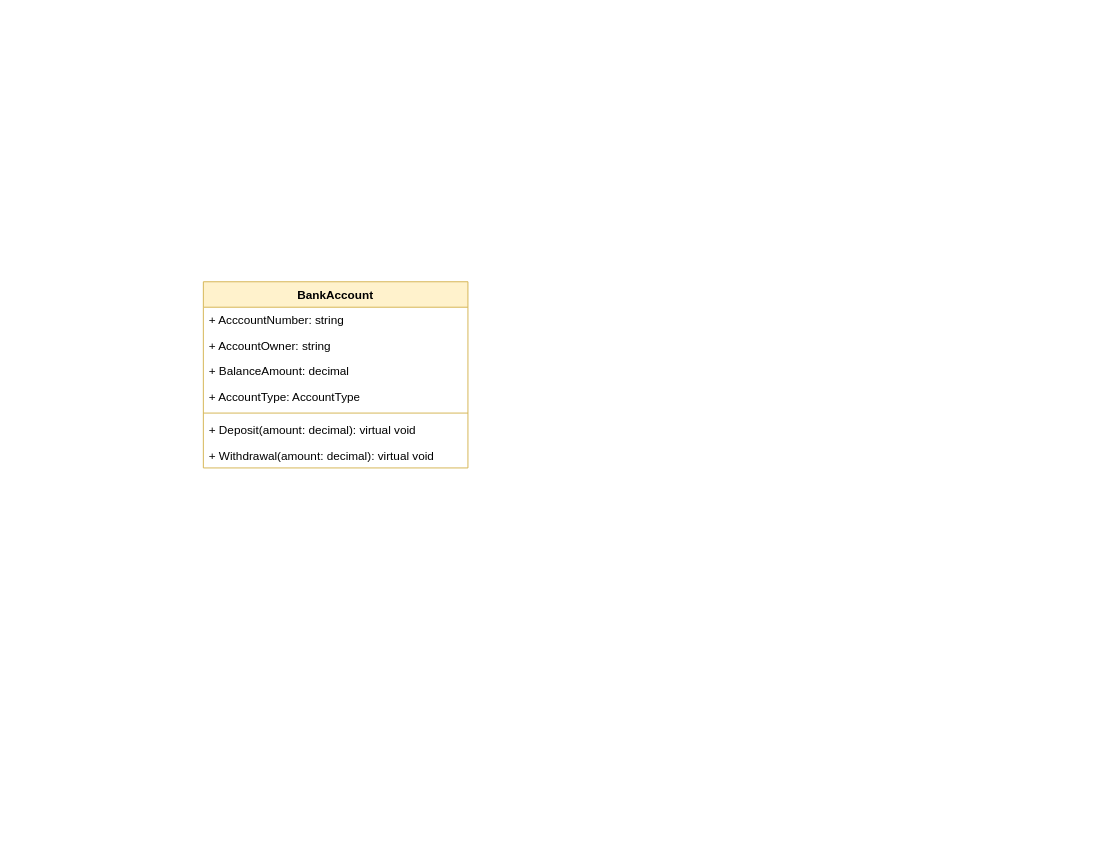
The draw.io diagram Exams/Exam-02/Images/Diagram.drawio in Jucer74/BackDevelopment, before the edit. Source tidied: cells renumbered, new cells numbered last; positions are measured from the earlier drawing's top-left corner, leaving out a move shared by most shapes. Both pictures are drawn from the tidied source at 98%, with x=0, y=0 at pixel (203, 281).
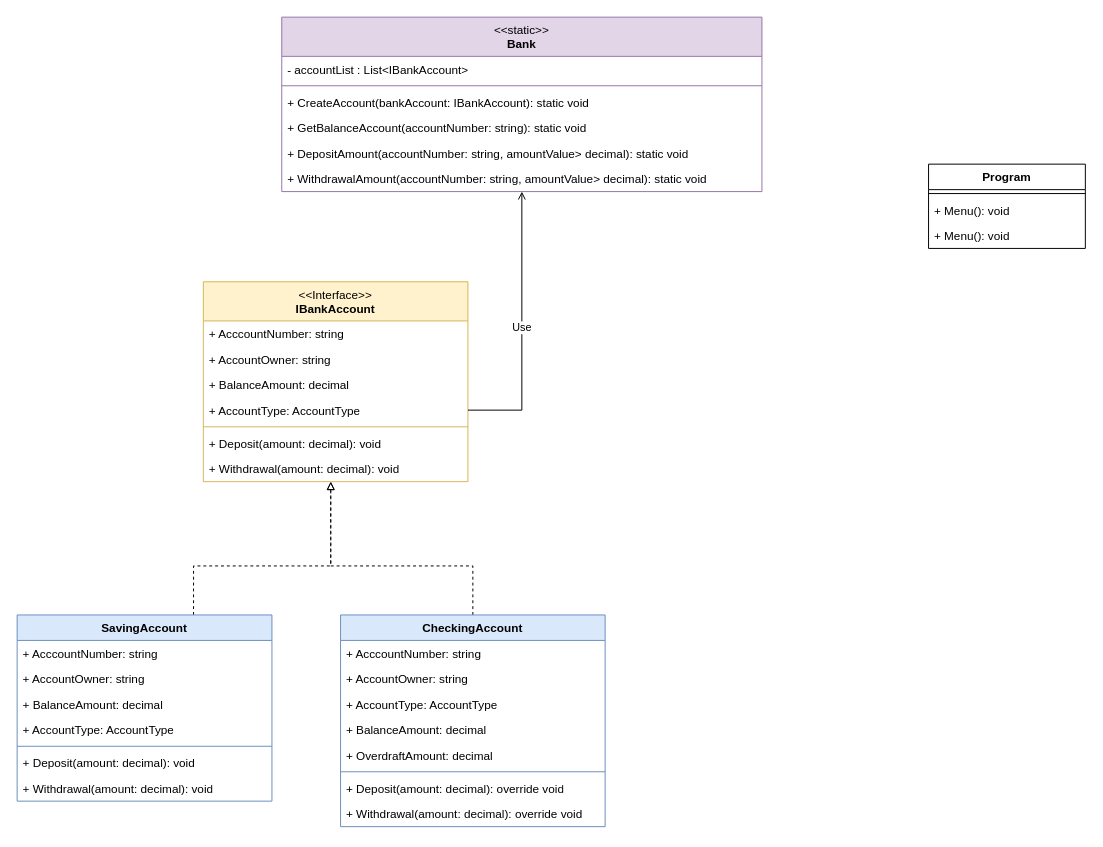
The same page after the edit.

Diff of the diagram source:
```diff
@@
-    <mxCell id="2" value="BankAccount" style="swimlane;fontStyle=1;align=center;verticalAlign=top;horizontal=1;startSize=26;whiteSpace=wrap;html=1;fillColor=#fff2cc;strokeColor=#d6b656;" parent="1" vertex="1">
-      <mxGeometry width="270" height="190" as="geometry" />
+    <mxCell id="2" value="&lt;span style=&quot;font-weight: normal;&quot;&gt;&amp;lt;&amp;lt;Interface&amp;gt;&amp;gt;&lt;/span&gt;&lt;br&gt;IBankAccount" style="swimlane;fontStyle=1;align=center;verticalAlign=top;horizontal=1;startSize=40;whiteSpace=wrap;html=1;fillColor=#fff2cc;strokeColor=#d6b656;" parent="1" vertex="1">
+      <mxGeometry width="270" height="204" as="geometry" />
     </mxCell>
     <mxCell id="3" value="+ AcccountNumber: string" style="text;strokeColor=none;fillColor=none;align=left;verticalAlign=top;spacingLeft=4;spacingRight=4;overflow=hidden;whiteSpace=wrap;html=1;" parent="2" vertex="1">
-      <mxGeometry y="26" width="270" height="26" as="geometry" />
+      <mxGeometry y="40" width="270" height="26" as="geometry" />
     </mxCell>
     <mxCell id="4" value="+ AccountOwner: string" style="text;strokeColor=none;fillColor=none;align=left;verticalAlign=top;spacingLeft=4;spacingRight=4;overflow=hidden;whiteSpace=wrap;html=1;" parent="2" vertex="1">
-      <mxGeometry y="52" width="270" height="26" as="geometry" />
+      <mxGeometry y="66" width="270" height="26" as="geometry" />
     </mxCell>
     <mxCell id="5" value="+ BalanceAmount: decimal" style="text;strokeColor=none;fillColor=none;align=left;verticalAlign=top;spacingLeft=4;spacingRight=4;overflow=hidden;whiteSpace=wrap;html=1;" parent="2" vertex="1">
-      <mxGeometry y="78" width="270" height="26" as="geometry" />
+      <mxGeometry y="92" width="270" height="26" as="geometry" />
     </mxCell>
     <mxCell id="6" value="+ AccountType: AccountType" style="text;strokeColor=none;fillColor=none;align=left;verticalAlign=top;spacingLeft=4;spacingRight=4;overflow=hidden;points=[[0,0.5],[1,0.5]];portConstraint=eastwest;whiteSpace=wrap;html=1;" parent="2" vertex="1">
-      <mxGeometry y="104" width="270" height="26" as="geometry" />
+      <mxGeometry y="118" width="270" height="26" as="geometry" />
     </mxCell>
     <mxCell id="7" style="line;strokeWidth=1;fillColor=none;align=left;verticalAlign=middle;spacingTop=-1;spacingLeft=3;spacingRight=3;labelPosition=right;strokeColor=inherit;" parent="2" vertex="1">
-      <mxGeometry y="130" width="270" height="8" as="geometry" />
+      <mxGeometry y="144" width="270" height="8" as="geometry" />
     </mxCell>
-    <mxCell id="8" value="+ Deposit(amount: decimal): virtual void" style="text;strokeColor=none;fillColor=none;align=left;verticalAlign=top;spacingLeft=4;spacingRight=4;overflow=hidden;whiteSpace=wrap;html=1;" parent="2" vertex="1">
-      <mxGeometry y="138" width="270" height="26" as="geometry" />
+    <mxCell id="8" value="+ Deposit(amount: decimal): void" style="text;strokeColor=none;fillColor=none;align=left;verticalAlign=top;spacingLeft=4;spacingRight=4;overflow=hidden;whiteSpace=wrap;html=1;" parent="2" vertex="1">
+      <mxGeometry y="152" width="270" height="26" as="geometry" />
     </mxCell>
-    <mxCell id="9" value="+ Withdrawal(amount: decimal): virtual void" style="text;strokeColor=none;fillColor=none;align=left;verticalAlign=top;spacingLeft=4;spacingRight=4;overflow=hidden;whiteSpace=wrap;html=1;" parent="2" vertex="1">
-      <mxGeometry y="164" width="270" height="26" as="geometry" />
+    <mxCell id="9" value="+ Withdrawal(amount: decimal): void" style="text;strokeColor=none;fillColor=none;align=left;verticalAlign=top;spacingLeft=4;spacingRight=4;overflow=hidden;whiteSpace=wrap;html=1;" parent="2" vertex="1">
+      <mxGeometry y="178" width="270" height="26" as="geometry" />
     </mxCell>
+    <mxCell id="10" style="edgeStyle=orthogonalEdgeStyle;rounded=0;jettySize=auto;html=1;endArrow=block;endFill=0;dashed=1;" parent="1" edge="1" source="11" target="2">
+      <mxGeometry relative="1" as="geometry">
+        <Array as="points">
+          <mxPoint x="-10" y="290" />
+          <mxPoint x="130" y="290" />
+        </Array>
+      </mxGeometry>
+    </mxCell>
+    <mxCell id="11" value="SavingAccount" style="swimlane;fontStyle=1;align=center;verticalAlign=top;horizontal=1;startSize=26;whiteSpace=wrap;html=1;fillColor=#dae8fc;strokeColor=#6c8ebf;" parent="1" vertex="1">
+      <mxGeometry x="-190" y="340" width="260" height="190" as="geometry" />
+    </mxCell>
+    <mxCell id="12" value="+ AcccountNumber: string" style="text;strokeColor=none;fillColor=none;align=left;verticalAlign=top;spacingLeft=4;spacingRight=4;overflow=hidden;whiteSpace=wrap;html=1;" parent="11" vertex="1">
+      <mxGeometry y="26" width="260" height="26" as="geometry" />
+    </mxCell>
+    <mxCell id="13" value="+ AccountOwner: string" style="text;strokeColor=none;fillColor=none;align=left;verticalAlign=top;spacingLeft=4;spacingRight=4;overflow=hidden;whiteSpace=wrap;html=1;" parent="11" vertex="1">
+      <mxGeometry y="52" width="260" height="26" as="geometry" />
+    </mxCell>
+    <mxCell id="14" value="+ BalanceAmount: decimal" style="text;strokeColor=none;fillColor=none;align=left;verticalAlign=top;spacingLeft=4;spacingRight=4;overflow=hidden;whiteSpace=wrap;html=1;" parent="11" vertex="1">
+      <mxGeometry y="78" width="260" height="26" as="geometry" />
+    </mxCell>
+    <mxCell id="15" value="+ AccountType: AccountType" style="text;strokeColor=none;fillColor=none;align=left;verticalAlign=top;spacingLeft=4;spacingRight=4;overflow=hidden;whiteSpace=wrap;html=1;" parent="11" vertex="1">
+      <mxGeometry y="104" width="260" height="26" as="geometry" />
+    </mxCell>
+    <mxCell id="16" style="line;strokeWidth=1;fillColor=none;align=left;verticalAlign=middle;spacingTop=-1;spacingLeft=3;spacingRight=3;labelPosition=right;strokeColor=inherit;" parent="11" vertex="1">
+      <mxGeometry y="130" width="260" height="8" as="geometry" />
+    </mxCell>
+    <mxCell id="17" value="+ Deposit(amount: decimal): void" style="text;strokeColor=none;fillColor=none;align=left;verticalAlign=top;spacingLeft=4;spacingRight=4;overflow=hidden;whiteSpace=wrap;html=1;" parent="11" vertex="1">
+      <mxGeometry y="138" width="260" height="26" as="geometry" />
+    </mxCell>
+    <mxCell id="18" value="+ Withdrawal(amount: decimal): void" style="text;strokeColor=none;fillColor=none;align=left;verticalAlign=top;spacingLeft=4;spacingRight=4;overflow=hidden;whiteSpace=wrap;html=1;" parent="11" vertex="1">
+      <mxGeometry y="164" width="260" height="26" as="geometry" />
+    </mxCell>
+    <mxCell id="19" style="edgeStyle=orthogonalEdgeStyle;rounded=0;jettySize=auto;html=1;endArrow=block;endFill=0;dashed=1;" parent="1" edge="1" source="20" target="2">
+      <mxGeometry relative="1" as="geometry">
+        <Array as="points">
+          <mxPoint x="275" y="290" />
+          <mxPoint x="130" y="290" />
+        </Array>
+      </mxGeometry>
+    </mxCell>
+    <mxCell id="20" value="CheckingAccount" style="swimlane;fontStyle=1;align=center;verticalAlign=top;horizontal=1;startSize=26;whiteSpace=wrap;html=1;fillColor=#dae8fc;strokeColor=#6c8ebf;" parent="1" vertex="1">
+      <mxGeometry x="140" y="340" width="270" height="216" as="geometry" />
+    </mxCell>
+    <mxCell id="21" value="+ AcccountNumber: string" style="text;strokeColor=none;fillColor=none;align=left;verticalAlign=top;spacingLeft=4;spacingRight=4;overflow=hidden;whiteSpace=wrap;html=1;" parent="20" vertex="1">
+      <mxGeometry y="26" width="270" height="26" as="geometry" />
+    </mxCell>
+    <mxCell id="22" value="+ AccountOwner: string" style="text;strokeColor=none;fillColor=none;align=left;verticalAlign=top;spacingLeft=4;spacingRight=4;overflow=hidden;whiteSpace=wrap;html=1;" parent="20" vertex="1">
+      <mxGeometry y="52" width="270" height="26" as="geometry" />
+    </mxCell>
+    <mxCell id="23" value="+ AccountType: AccountType" style="text;strokeColor=none;fillColor=none;align=left;verticalAlign=top;spacingLeft=4;spacingRight=4;overflow=hidden;whiteSpace=wrap;html=1;" parent="20" vertex="1">
+      <mxGeometry y="78" width="270" height="26" as="geometry" />
+    </mxCell>
+    <mxCell id="24" value="+ BalanceAmount: decimal" style="text;strokeColor=none;fillColor=none;align=left;verticalAlign=top;spacingLeft=4;spacingRight=4;overflow=hidden;whiteSpace=wrap;html=1;" parent="20" vertex="1">
+      <mxGeometry y="104" width="270" height="26" as="geometry" />
+    </mxCell>
+    <mxCell id="25" value="+ OverdraftAmount: decimal" style="text;strokeColor=none;fillColor=none;align=left;verticalAlign=top;spacingLeft=4;spacingRight=4;overflow=hidden;whiteSpace=wrap;html=1;" parent="20" vertex="1">
+      <mxGeometry y="130" width="270" height="26" as="geometry" />
+    </mxCell>
+    <mxCell id="26" style="line;strokeWidth=1;fillColor=none;align=left;verticalAlign=middle;spacingTop=-1;spacingLeft=3;spacingRight=3;labelPosition=right;strokeColor=inherit;" parent="20" vertex="1">
+      <mxGeometry y="156" width="270" height="8" as="geometry" />
+    </mxCell>
+    <mxCell id="27" value="+ Deposit(amount: decimal): override void" style="text;strokeColor=none;fillColor=none;align=left;verticalAlign=top;spacingLeft=4;spacingRight=4;overflow=hidden;whiteSpace=wrap;html=1;" parent="20" vertex="1">
+      <mxGeometry y="164" width="270" height="26" as="geometry" />
+    </mxCell>
+    <mxCell id="28" value="+ Withdrawal(amount: decimal): override void" style="text;strokeColor=none;fillColor=none;align=left;verticalAlign=top;spacingLeft=4;spacingRight=4;overflow=hidden;whiteSpace=wrap;html=1;" parent="20" vertex="1">
+      <mxGeometry y="190" width="270" height="26" as="geometry" />
+    </mxCell>
+    <mxCell id="29" value="&lt;span style=&quot;font-weight: 400;&quot;&gt;&amp;lt;&amp;lt;static&amp;gt;&amp;gt;&lt;/span&gt;&lt;br&gt;Bank" style="swimlane;fontStyle=1;align=center;verticalAlign=top;horizontal=1;startSize=40;whiteSpace=wrap;html=1;fillColor=#e1d5e7;strokeColor=#9673a6;" parent="1" vertex="1">
+      <mxGeometry x="80" y="-270" width="490" height="178" as="geometry" />
+    </mxCell>
+    <mxCell id="30" value="- accountList : List&amp;lt;IBankAccount&amp;gt;" style="text;strokeColor=none;fillColor=none;align=left;verticalAlign=top;spacingLeft=4;spacingRight=4;overflow=hidden;whiteSpace=wrap;html=1;" parent="29" vertex="1">
+      <mxGeometry y="40" width="490" height="26" as="geometry" />
+    </mxCell>
+    <mxCell id="31" style="line;strokeWidth=1;fillColor=none;align=left;verticalAlign=middle;spacingTop=-1;spacingLeft=3;spacingRight=3;labelPosition=right;strokeColor=inherit;" parent="29" vertex="1">
+      <mxGeometry y="66" width="490" height="8" as="geometry" />
+    </mxCell>
+    <mxCell id="32" value="+ CreateAccount(bankAccount: IBankAccount): static void" style="text;strokeColor=none;fillColor=none;align=left;verticalAlign=top;spacingLeft=4;spacingRight=4;overflow=hidden;whiteSpace=wrap;html=1;" parent="29" vertex="1">
+      <mxGeometry y="74" width="490" height="26" as="geometry" />
+    </mxCell>
+    <mxCell id="33" value="+ GetBalanceAccount(accountNumber: string): static void" style="text;strokeColor=none;fillColor=none;align=left;verticalAlign=top;spacingLeft=4;spacingRight=4;overflow=hidden;whiteSpace=wrap;html=1;" parent="29" vertex="1">
+      <mxGeometry y="100" width="490" height="26" as="geometry" />
+    </mxCell>
+    <mxCell id="34" value="+ DepositAmount(accountNumber: string, amountValue&amp;gt; decimal): static void" style="text;strokeColor=none;fillColor=none;align=left;verticalAlign=top;spacingLeft=4;spacingRight=4;overflow=hidden;whiteSpace=wrap;html=1;" parent="29" vertex="1">
+      <mxGeometry y="126" width="490" height="26" as="geometry" />
+    </mxCell>
+    <mxCell id="35" value="+ WithdrawalAmount(accountNumber: string, amountValue&amp;gt; decimal): static void" style="text;strokeColor=none;fillColor=none;align=left;verticalAlign=top;spacingLeft=4;spacingRight=4;overflow=hidden;whiteSpace=wrap;html=1;" parent="29" vertex="1">
+      <mxGeometry y="152" width="490" height="26" as="geometry" />
+    </mxCell>
+    <mxCell id="36" value="Program" style="swimlane;fontStyle=1;align=center;verticalAlign=top;horizontal=1;startSize=26;whiteSpace=wrap;html=1;" parent="1" vertex="1">
+      <mxGeometry x="740" y="-120" width="160" height="86" as="geometry" />
+    </mxCell>
+    <mxCell id="37" style="line;strokeWidth=1;fillColor=none;align=left;verticalAlign=middle;spacingTop=-1;spacingLeft=3;spacingRight=3;labelPosition=right;strokeColor=inherit;" parent="36" vertex="1">
+      <mxGeometry y="26" width="160" height="8" as="geometry" />
+    </mxCell>
+    <mxCell id="38" value="+ Menu(): void" style="text;strokeColor=none;fillColor=none;align=left;verticalAlign=top;spacingLeft=4;spacingRight=4;overflow=hidden;whiteSpace=wrap;html=1;" parent="36" vertex="1">
+      <mxGeometry y="34" width="160" height="26" as="geometry" />
+    </mxCell>
+    <mxCell id="39" value="+ Menu(): void" style="text;strokeColor=none;fillColor=none;align=left;verticalAlign=top;spacingLeft=4;spacingRight=4;overflow=hidden;whiteSpace=wrap;html=1;" parent="36" vertex="1">
+      <mxGeometry y="60" width="160" height="26" as="geometry" />
+    </mxCell>
+    <mxCell id="40" value="Use" style="edgeStyle=orthogonalEdgeStyle;rounded=0;jettySize=auto;html=1;endArrow=open;endFill=0;" parent="1" edge="1" source="6" target="29">
+      <mxGeometry relative="1" as="geometry" />
+    </mxCell>
```
